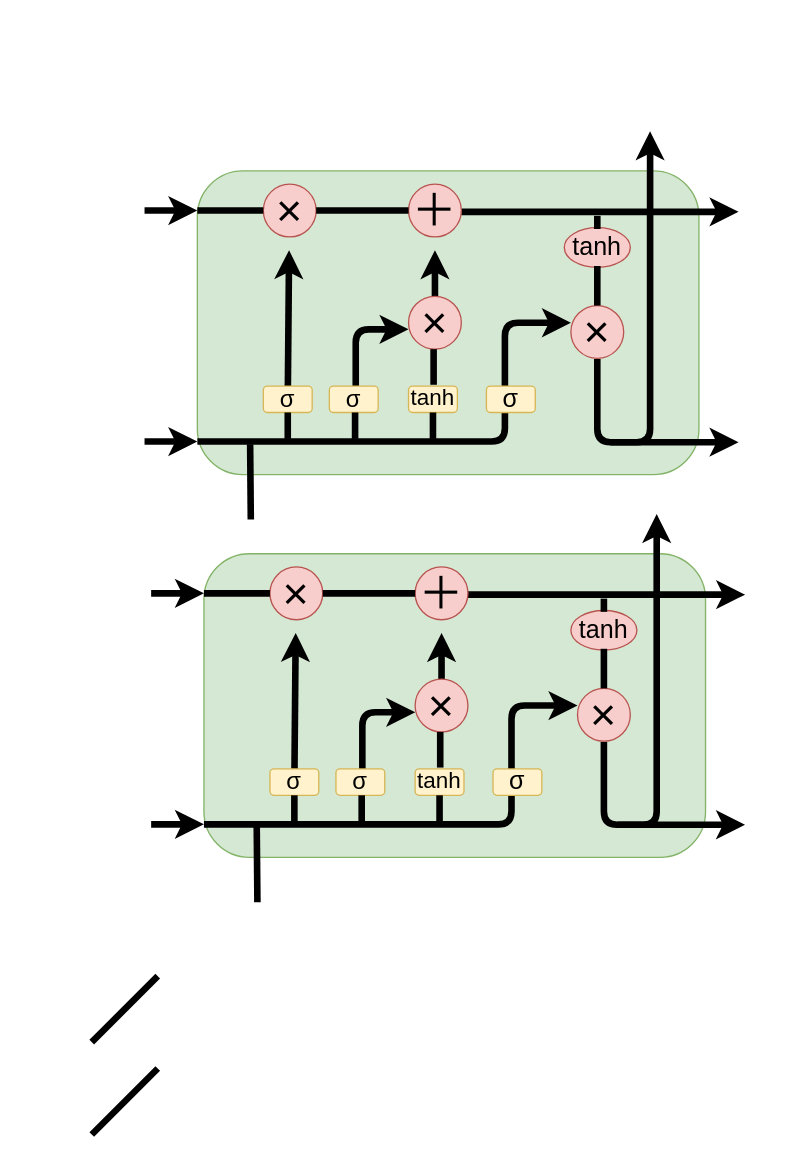
ByronGe/ff keeps this draw.io diagram as LSTMandGRU.drawio. Above is the earlier version. Source tidied: cells renumbered, new cells numbered last; positions are measured from the earlier drawing's top-left corner, leaving out a move shared by most shapes. Both pictures are drawn from the tidied source at 132%, with x=0, y=0 at pixel (91, 131).
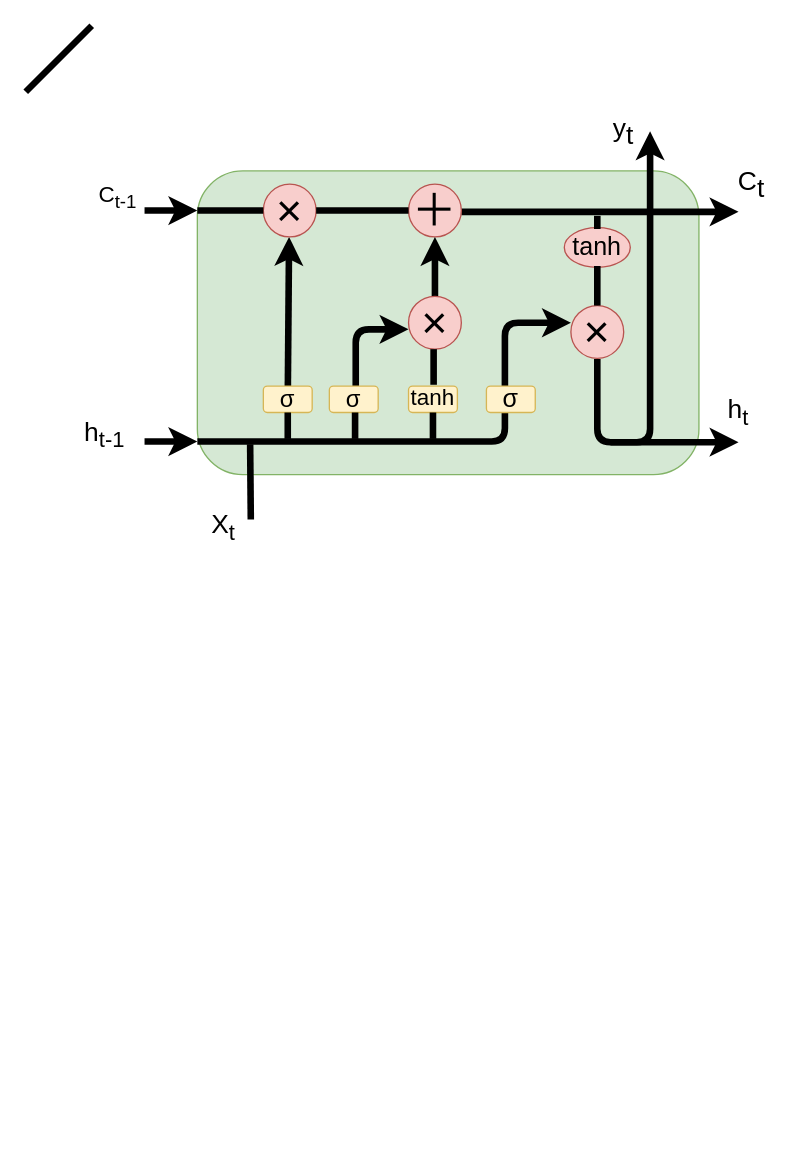
The same diagram, later.

Unchanged cells that the change refers to:
```xml
<mxCell id="14" value="&lt;font style=&quot;font-size: 34px&quot;&gt;×&lt;/font&gt;" style="ellipse;whiteSpace=wrap;html=1;fillColor=#f8cecc;strokeColor=#b85450;" parent="1" vertex="1">
  <mxGeometry x="240" y="125" width="40" height="40" as="geometry" />
</mxCell>
<mxCell id="17" value="&lt;font style=&quot;font-size: 18px&quot;&gt;σ&lt;/font&gt;" style="rounded=1;whiteSpace=wrap;html=1;fillColor=#fff2cc;strokeColor=#d6b656;" parent="1" vertex="1">
  <mxGeometry x="130" y="193" width="37" height="20" as="geometry" />
</mxCell>
```

Diff of the diagram source:
```diff
@@
     <mxCell id="10" style="endArrow=classic;html=1;strokeWidth=5;" parent="1" edge="1" source="17">
       <mxGeometry relative="1" as="geometry">
-        <mxPoint x="149.5" y="90" as="targetPoint" />
+        <mxPoint x="149.5" y="80" as="targetPoint" />
       </mxGeometry>
     </mxCell>
@@
     <mxCell id="13" style="edgeStyle=orthogonalEdgeStyle;rounded=0;jettySize=auto;html=1;strokeColor=#000000;strokeWidth=5;" parent="1" edge="1" source="14">
       <mxGeometry relative="1" as="geometry">
-        <mxPoint x="260" y="90" as="targetPoint" />
+        <mxPoint x="260" y="80" as="targetPoint" />
       </mxGeometry>
     </mxCell>
@@
-    <mxCell id="21" style="endArrow=none;html=1;strokeWidth=5;" parent="1" edge="1">
-      <mxGeometry relative="1" as="geometry">
-        <mxPoint y="690" as="sourcePoint" />
-        <mxPoint x="50" y="640" as="targetPoint" />
-      </mxGeometry>
-    </mxCell>
@@
     <mxCell id="23" style="endArrow=none;html=1;strokeColor=#000000;strokeWidth=5;" parent="1" edge="1">
       <mxGeometry relative="1" as="geometry">
-        <mxPoint y="760" as="sourcePoint" />
-        <mxPoint x="50" y="710" as="targetPoint" />
+        <mxPoint x="-50" y="-30" as="sourcePoint" />
+        <mxPoint y="-80" as="targetPoint" />
       </mxGeometry>
     </mxCell>
@@
-    <mxCell id="33" style="rounded=1;whiteSpace=wrap;html=1;fillColor=#d5e8d4;strokeColor=#82b366;" parent="1" vertex="1">
-      <mxGeometry x="85" y="320" width="380" height="230" as="geometry" />
-    </mxCell>
-    <mxCell id="34" style="endArrow=classic;html=1;strokeWidth=5;" parent="1" edge="1">
-      <mxGeometry relative="1" as="geometry">
-        <mxPoint x="45" y="525" as="sourcePoint" />
-        <mxPoint x="85" y="525" as="targetPoint" />
-      </mxGeometry>
-    </mxCell>
-    <mxCell id="35" style="endArrow=classic;html=1;strokeWidth=5;" parent="1" edge="1" target="33">
-      <mxGeometry relative="1" as="geometry">
-        <mxPoint x="85" y="520" as="sourcePoint" />
-      </mxGeometry>
-    </mxCell>
-    <mxCell id="36" style="edgeStyle=elbowEdgeStyle;elbow=horizontal;endArrow=classic;html=1;strokeWidth=5;" parent="1" edge="1">
-      <mxGeometry relative="1" as="geometry">
-        <mxPoint x="85" y="525" as="sourcePoint" />
-        <mxPoint x="368" y="435" as="targetPoint" />
-        <Array as="points">
-          <mxPoint x="318" y="480" />
-        </Array>
-      </mxGeometry>
-    </mxCell>
-    <mxCell id="37" style="endArrow=classic;html=1;strokeWidth=5;" parent="1" edge="1">
-      <mxGeometry relative="1" as="geometry">
-        <mxPoint x="285" y="351" as="sourcePoint" />
-        <mxPoint x="495" y="351" as="targetPoint" />
-      </mxGeometry>
-    </mxCell>
-    <mxCell id="38" style="edgeStyle=segmentEdgeStyle;endArrow=classic;html=1;strokeWidth=5;" parent="1" edge="1" source="49">
-      <mxGeometry relative="1" as="geometry">
-        <mxPoint x="245.1" y="440.1" as="targetPoint" />
-        <Array as="points">
-          <mxPoint x="205" y="440" />
-        </Array>
-      </mxGeometry>
-    </mxCell>
-    <mxCell id="39" style="edgeStyle=segmentEdgeStyle;endArrow=classic;html=1;strokeWidth=5;" parent="1" edge="1">
-      <mxGeometry relative="1" as="geometry">
-        <mxPoint x="388" y="462.4" as="sourcePoint" />
-        <mxPoint x="494.9" y="525.3" as="targetPoint" />
-        <Array as="points">
-          <mxPoint x="388" y="525.5" />
-        </Array>
-      </mxGeometry>
-    </mxCell>
-    <mxCell id="40" style="edgeStyle=segmentEdgeStyle;endArrow=classic;html=1;strokeWidth=5;" parent="1" edge="1">
-      <mxGeometry relative="1" as="geometry">
-        <mxPoint x="398.3" y="525.3" as="sourcePoint" />
-        <mxPoint x="428" y="289.9" as="targetPoint" />
-        <Array as="points">
-          <mxPoint x="428" y="525.5" />
-        </Array>
-      </mxGeometry>
-    </mxCell>
-    <mxCell id="41" style="endArrow=classic;html=1;strokeWidth=5;" parent="1" edge="1" source="48">
-      <mxGeometry relative="1" as="geometry">
-        <mxPoint x="154.5" y="380" as="targetPoint" />
-      </mxGeometry>
-    </mxCell>
-    <mxCell id="42" value="&lt;font style=&quot;font-size: 34px&quot;&gt;×&lt;/font&gt;" style="ellipse;whiteSpace=wrap;html=1;fillColor=#f8cecc;strokeColor=#b85450;" parent="1" vertex="1">
-      <mxGeometry x="135" y="330" width="40" height="40" as="geometry" />
-    </mxCell>
-    <mxCell id="43" value="&lt;font style=&quot;font-size: 34px&quot;&gt;＋&lt;/font&gt;" style="ellipse;whiteSpace=wrap;html=1;fillColor=#f8cecc;strokeColor=#b85450;" parent="1" vertex="1">
-      <mxGeometry x="245" y="330" width="40" height="40" as="geometry" />
-    </mxCell>
-    <mxCell id="44" style="edgeStyle=orthogonalEdgeStyle;rounded=0;jettySize=auto;html=1;strokeColor=#000000;strokeWidth=5;" parent="1" edge="1" source="45">
-      <mxGeometry relative="1" as="geometry">
-        <mxPoint x="265" y="380" as="targetPoint" />
-      </mxGeometry>
-    </mxCell>
-    <mxCell id="45" value="&lt;font style=&quot;font-size: 34px&quot;&gt;×&lt;/font&gt;" style="ellipse;whiteSpace=wrap;html=1;fillColor=#f8cecc;strokeColor=#b85450;" parent="1" vertex="1">
-      <mxGeometry x="245" y="415" width="40" height="40" as="geometry" />
-    </mxCell>
-    <mxCell id="46" value="&lt;font style=&quot;font-size: 34px&quot;&gt;×&lt;/font&gt;" style="ellipse;whiteSpace=wrap;html=1;fillColor=#f8cecc;strokeColor=#b85450;" parent="1" vertex="1">
-      <mxGeometry x="368" y="422" width="40" height="40" as="geometry" />
-    </mxCell>
-    <mxCell id="47" value="&lt;font style=&quot;font-size: 19px&quot;&gt;tanh&lt;/font&gt;" style="ellipse;whiteSpace=wrap;html=1;fillColor=#f8cecc;strokeColor=#b85450;" parent="1" vertex="1">
-      <mxGeometry x="363" y="363" width="50" height="30" as="geometry" />
-    </mxCell>
-    <mxCell id="48" value="&lt;font style=&quot;font-size: 18px&quot;&gt;σ&lt;/font&gt;" style="rounded=1;whiteSpace=wrap;html=1;fillColor=#fff2cc;strokeColor=#d6b656;" parent="1" vertex="1">
-      <mxGeometry x="135" y="483" width="37" height="20" as="geometry" />
-    </mxCell>
-    <mxCell id="49" value="&lt;font style=&quot;font-size: 18px&quot;&gt;σ&lt;/font&gt;" style="rounded=1;whiteSpace=wrap;html=1;fillColor=#fff2cc;strokeColor=#d6b656;" parent="1" vertex="1">
-      <mxGeometry x="185" y="483" width="37" height="20" as="geometry" />
-    </mxCell>
-    <mxCell id="50" value="&lt;font style=&quot;font-size: 17px&quot;&gt;tanh&lt;/font&gt;" style="rounded=1;whiteSpace=wrap;html=1;fillColor=#fff2cc;strokeColor=#d6b656;" parent="1" vertex="1">
-      <mxGeometry x="245" y="483" width="37" height="20" as="geometry" />
-    </mxCell>
-    <mxCell id="51" value="&lt;font style=&quot;font-size: 19px&quot;&gt;σ&lt;/font&gt;" style="rounded=1;whiteSpace=wrap;html=1;fillColor=#fff2cc;strokeColor=#d6b656;" parent="1" vertex="1">
-      <mxGeometry x="304" y="483" width="37" height="20" as="geometry" />
-    </mxCell>
-    <mxCell id="52" style="endArrow=none;html=1;strokeColor=#000000;strokeWidth=5;" parent="1" edge="1">
-      <mxGeometry relative="1" as="geometry">
-        <mxPoint x="153.5" y="523" as="sourcePoint" />
-        <mxPoint x="153.5" y="503" as="targetPoint" />
-      </mxGeometry>
-    </mxCell>
-    <mxCell id="53" style="endArrow=none;html=1;strokeColor=#000000;strokeWidth=5;" parent="1" edge="1">
-      <mxGeometry relative="1" as="geometry">
-        <mxPoint x="125.5" y="584" as="sourcePoint" />
-        <mxPoint x="125" y="527" as="targetPoint" />
-      </mxGeometry>
-    </mxCell>
-    <mxCell id="54" style="endArrow=none;html=1;strokeColor=#000000;strokeWidth=5;" parent="1" edge="1">
-      <mxGeometry relative="1" as="geometry">
-        <mxPoint x="204.5" y="523" as="sourcePoint" />
-        <mxPoint x="204.5" y="503" as="targetPoint" />
-      </mxGeometry>
-    </mxCell>
-    <mxCell id="55" style="endArrow=none;html=1;strokeColor=#000000;strokeWidth=5;" parent="1" edge="1">
-      <mxGeometry relative="1" as="geometry">
-        <mxPoint x="263.5" y="523" as="sourcePoint" />
-        <mxPoint x="263.5" y="503" as="targetPoint" />
-      </mxGeometry>
-    </mxCell>
-    <mxCell id="56" style="endArrow=none;html=1;strokeColor=#000000;strokeWidth=5;" parent="1" edge="1">
-      <mxGeometry relative="1" as="geometry">
-        <mxPoint x="175" y="350" as="sourcePoint" />
-        <mxPoint x="245" y="350" as="targetPoint" />
-      </mxGeometry>
-    </mxCell>
-    <mxCell id="57" style="endArrow=none;html=1;strokeColor=#000000;strokeWidth=5;" parent="1" edge="1">
-      <mxGeometry relative="1" as="geometry">
-        <mxPoint x="85" y="350" as="sourcePoint" />
-        <mxPoint x="135" y="350" as="targetPoint" />
-      </mxGeometry>
-    </mxCell>
-    <mxCell id="58" style="endArrow=none;html=1;strokeColor=#000000;strokeWidth=5;" parent="1" edge="1">
-      <mxGeometry relative="1" as="geometry">
-        <mxPoint x="388" y="364" as="sourcePoint" />
-        <mxPoint x="388" y="354" as="targetPoint" />
-      </mxGeometry>
-    </mxCell>
-    <mxCell id="59" style="endArrow=classic;html=1;strokeWidth=5;" parent="1" edge="1">
-      <mxGeometry relative="1" as="geometry">
-        <mxPoint x="45" y="350" as="sourcePoint" />
-        <mxPoint x="85" y="350" as="targetPoint" />
-      </mxGeometry>
-    </mxCell>
-    <mxCell id="60" style="endArrow=none;html=1;strokeColor=#000000;strokeWidth=5;" parent="1" edge="1">
-      <mxGeometry relative="1" as="geometry">
-        <mxPoint x="388" y="422" as="sourcePoint" />
-        <mxPoint x="388" y="392" as="targetPoint" />
-      </mxGeometry>
-    </mxCell>
-    <mxCell id="61" style="endArrow=none;html=1;strokeColor=#000000;strokeWidth=5;" parent="1" edge="1">
-      <mxGeometry relative="1" as="geometry">
-        <mxPoint x="264" y="482" as="sourcePoint" />
-        <mxPoint x="264" y="455" as="targetPoint" />
-      </mxGeometry>
-    </mxCell>
+    <mxCell id="62" value="&lt;font style=&quot;font-size: 20px&quot;&gt;X&lt;sub&gt;t&lt;/sub&gt;&lt;/font&gt;" style="text;html=1;strokeColor=none;fillColor=none;align=center;verticalAlign=middle;whiteSpace=wrap;rounded=0;" parent="1" vertex="1">
+      <mxGeometry x="80" y="290" width="40" height="20" as="geometry" />
+    </mxCell>
+    <mxCell id="63" value="&lt;font style=&quot;font-size: 17px&quot;&gt;C&lt;sub&gt;t-1&lt;/sub&gt;&lt;/font&gt;" style="text;html=1;strokeColor=none;fillColor=none;align=center;verticalAlign=middle;whiteSpace=wrap;rounded=0;" parent="1" vertex="1">
+      <mxGeometry y="40" width="40" height="20" as="geometry" />
+    </mxCell>
+    <mxCell id="64" value="&lt;font style=&quot;font-size: 20px&quot;&gt;h&lt;sub&gt;t-1&lt;/sub&gt;&lt;/font&gt;" style="text;html=1;strokeColor=none;fillColor=none;align=center;verticalAlign=middle;whiteSpace=wrap;rounded=0;" parent="1" vertex="1">
+      <mxGeometry x="-10" y="220" width="40" height="20" as="geometry" />
+    </mxCell>
+    <mxCell id="65" value="C&lt;sub style=&quot;font-size: 20px;&quot;&gt;t&lt;/sub&gt;" style="text;html=1;strokeColor=none;fillColor=none;align=center;verticalAlign=middle;whiteSpace=wrap;rounded=0;fontSize=20;" parent="1" vertex="1">
+      <mxGeometry x="480" y="30" width="40" height="20" as="geometry" />
+    </mxCell>
+    <mxCell id="66" value="&lt;span style=&quot;font-size: 20px&quot;&gt;h&lt;sub&gt;t&lt;/sub&gt;&lt;/span&gt;" style="text;html=1;strokeColor=none;fillColor=none;align=center;verticalAlign=middle;whiteSpace=wrap;rounded=0;fontSize=20;" parent="1" vertex="1">
+      <mxGeometry x="470" y="203" width="40" height="20" as="geometry" />
+    </mxCell>
+    <mxCell id="67" value="&lt;span style=&quot;font-size: 20px&quot;&gt;y&lt;/span&gt;&lt;sub style=&quot;font-size: 20px&quot;&gt;t&lt;/sub&gt;" style="text;html=1;strokeColor=none;fillColor=none;align=center;verticalAlign=middle;whiteSpace=wrap;rounded=0;fontSize=20;" parent="1" vertex="1">
+      <mxGeometry x="383" y="-10" width="40" height="20" as="geometry" />
+    </mxCell>
```
